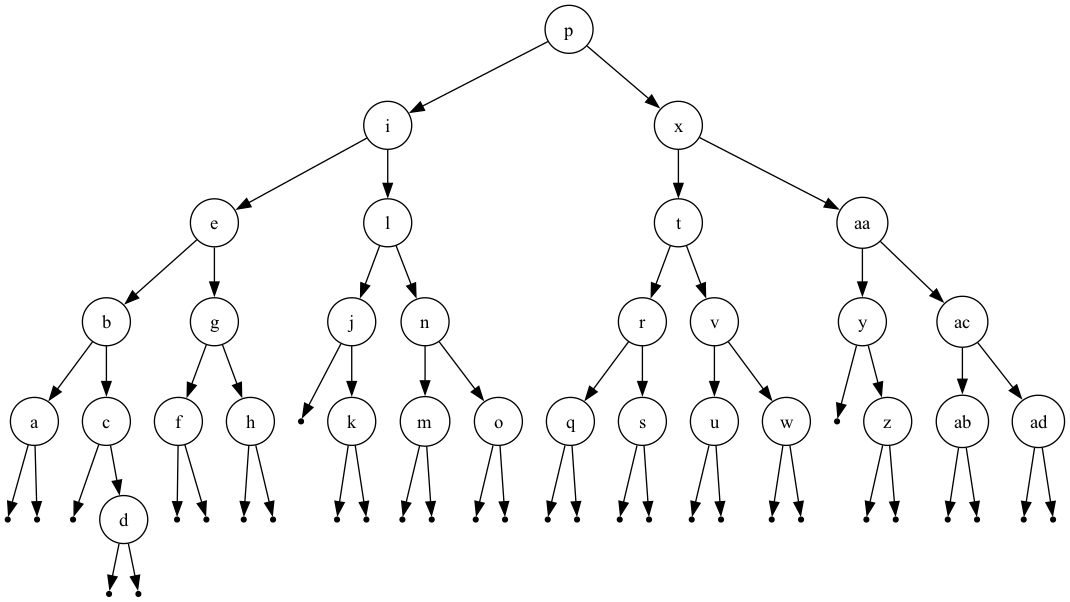
Above: tree.png in SharQawyCS/Optimal-Binary-Search-Tree (Graphviz), before the change. Its source is kept beside it as tree.dot.
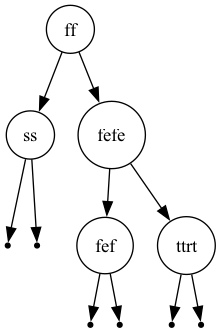
The same diagram one commit later.

The edit, as a diff of the source:
```diff
@@ -1,94 +1,19 @@
 digraph OBST {
   node [shape=circle];
-  "p" -> "i";
-  "i" -> "e";
-  "e" -> "b";
-  "b" -> "a";
+  "&&" -> "cd";
   null0 [shape=point];
-  "a" -> null0;
+  "cd" -> null0;
+  "cd" -> ""/Users/sharqawycs/Desktop/solve-sheets/DSs/project/"";
   null1 [shape=point];
-  "a" -> null1;
-  "b" -> "c";
+  ""/Users/sharqawycs/Desktop/solve-sheets/DSs/project/"" -> null1;
   null2 [shape=point];
-  "c" -> null2;
-  "c" -> "d";
+  ""/Users/sharqawycs/Desktop/solve-sheets/DSs/project/"" -> null2;
+  "&&" -> "g++";
   null3 [shape=point];
-  "d" -> null3;
+  "g++" -> null3;
+  "g++" -> "-std=c++17";
   null4 [shape=point];
-  "d" -> null4;
-  "e" -> "g";
-  "g" -> "f";
+  "-std=c++17" -> null4;
   null5 [shape=point];
-  "f" -> null5;
-  null6 [shape=point];
-  "f" -> null6;
-  "g" -> "h";
-  null7 [shape=point];
-  "h" -> null7;
-  null8 [shape=point];
-  "h" -> null8;
-  "i" -> "l";
-  "l" -> "j";
-  null9 [shape=point];
-  "j" -> null9;
-  "j" -> "k";
-  null10 [shape=point];
-  "k" -> null10;
-  null11 [shape=point];
-  "k" -> null11;
-  "l" -> "n";
-  "n" -> "m";
-  null12 [shape=point];
-  "m" -> null12;
-  null13 [shape=point];
-  "m" -> null13;
-  "n" -> "o";
-  null14 [shape=point];
-  "o" -> null14;
-  null15 [shape=point];
-  "o" -> null15;
-  "p" -> "x";
-  "x" -> "t";
-  "t" -> "r";
-  "r" -> "q";
-  null16 [shape=point];
-  "q" -> null16;
-  null17 [shape=point];
-  "q" -> null17;
-  "r" -> "s";
-  null18 [shape=point];
-  "s" -> null18;
-  null19 [shape=point];
-  "s" -> null19;
-  "t" -> "v";
-  "v" -> "u";
-  null20 [shape=point];
-  "u" -> null20;
-  null21 [shape=point];
-  "u" -> null21;
-  "v" -> "w";
-  null22 [shape=point];
-  "w" -> null22;
-  null23 [shape=point];
-  "w" -> null23;
-  "x" -> "aa";
-  "aa" -> "y";
-  null24 [shape=point];
-  "y" -> null24;
-  "y" -> "z";
-  null25 [shape=point];
-  "z" -> null25;
-  null26 [shape=point];
-  "z" -> null26;
-  "aa" -> "ac";
-  "ac" -> "ab";
-  null27 [shape=point];
-  "ab" -> null27;
-  null28 [shape=point];
-  "ab" -> null28;
-  "ac" -> "ad";
-  null29 [shape=point];
-  "ad" -> null29;
-  null30 [shape=point];
-  "ad" -> null30;
+  "-std=c++17" -> null5;
 }
```
